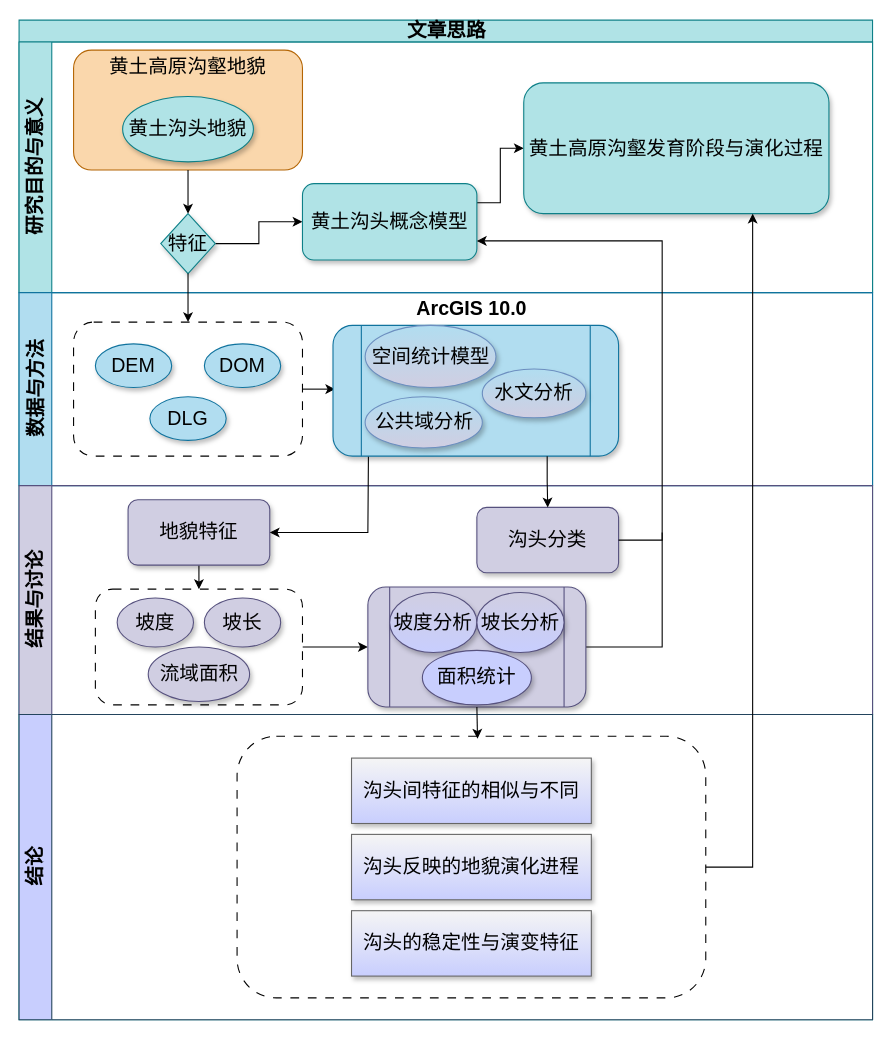
The draw.io diagram Genglish论文思维导图.drawio in lesmorts/Notes, before the edit. Source tidied: cells renumbered, new cells numbered last; positions are measured from the earlier drawing's top-left corner, leaving out a move shared by most shapes. Both pictures are drawn from the tidied source at 109%, with x=0, y=0 at pixel (19, 20).
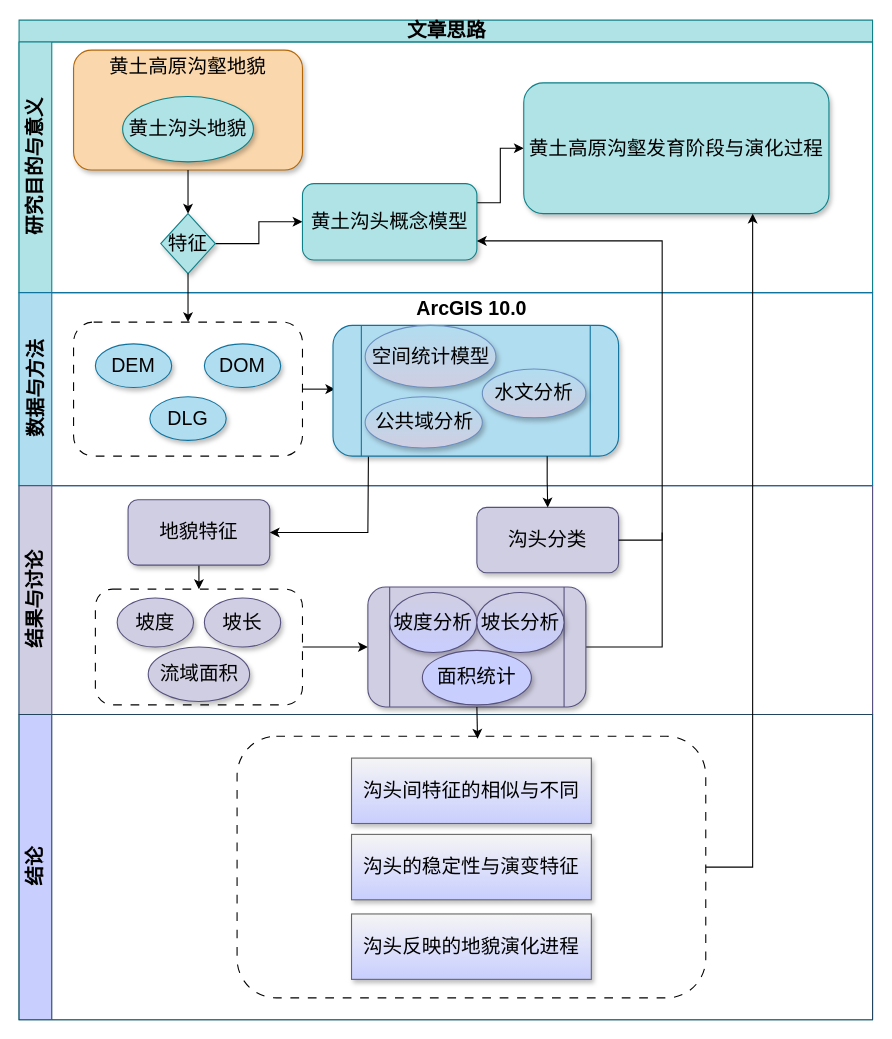
The same diagram, later.

Commit message:
更新Genglish论文思维导图.drawio

Unchanged cells that the change refers to:
```xml
<mxCell id="3" value="研究目的与意义" style="swimlane;html=1;startSize=30;horizontal=0;fontSize=18;fillColor=#b0e3e6;strokeColor=#0e8088;" parent="2" vertex="1">
  <mxGeometry y="20" width="783" height="230" as="geometry" />
</mxCell>
<mxCell id="41" value="结论" style="swimlane;html=1;startSize=30;horizontal=0;fontSize=18;fillColor=#c8cefe;strokeColor=#23445d;swimlaneFillColor=default;" parent="2" vertex="1">
  <mxGeometry y="637" width="783" height="280" as="geometry" />
</mxCell>
```

The edit, as a diff of the source:
```diff
@@
-    <mxCell id="4" style="rounded=1;whiteSpace=wrap;html=1;strokeColor=#b46504;align=center;verticalAlign=middle;swimlaneFillColor=default;fontFamily=Helvetica;fontSize=18;fontStyle=1;fillColor=#fad7ac;" parent="3" vertex="1">
+    <mxCell id="4" style="rounded=1;whiteSpace=wrap;html=1;strokeColor=#b46504;align=center;verticalAlign=middle;swimlaneFillColor=default;fontFamily=Helvetica;fontSize=18;fontStyle=1;fillColor=#fad7ac;shadow=1;" parent="3" vertex="1">
       <mxGeometry x="50" y="7.5" width="210" height="110" as="geometry" />
     </mxCell>
@@
     <mxCell id="44" value="沟头反映的地貌演化进程" style="rounded=0;whiteSpace=wrap;html=1;fontSize=18;shadow=1;fillColor=#f5f5f5;horizontal=1;verticalAlign=middle;gradientColor=#c8cefe;strokeColor=#666666;" parent="41" vertex="1">
-      <mxGeometry x="305" y="110" width="220" height="60" as="geometry" />
+      <mxGeometry x="305" y="183" width="220" height="60" as="geometry" />
     </mxCell>
     <mxCell id="45" value="沟头的稳定性与演变特征" style="rounded=0;whiteSpace=wrap;html=1;fontSize=18;shadow=1;fillColor=#f5f5f5;horizontal=1;verticalAlign=middle;gradientColor=#c8cefe;strokeColor=#666666;" parent="41" vertex="1">
-      <mxGeometry x="305" y="180" width="220" height="60" as="geometry" />
+      <mxGeometry x="305" y="110" width="220" height="60" as="geometry" />
     </mxCell>
```
